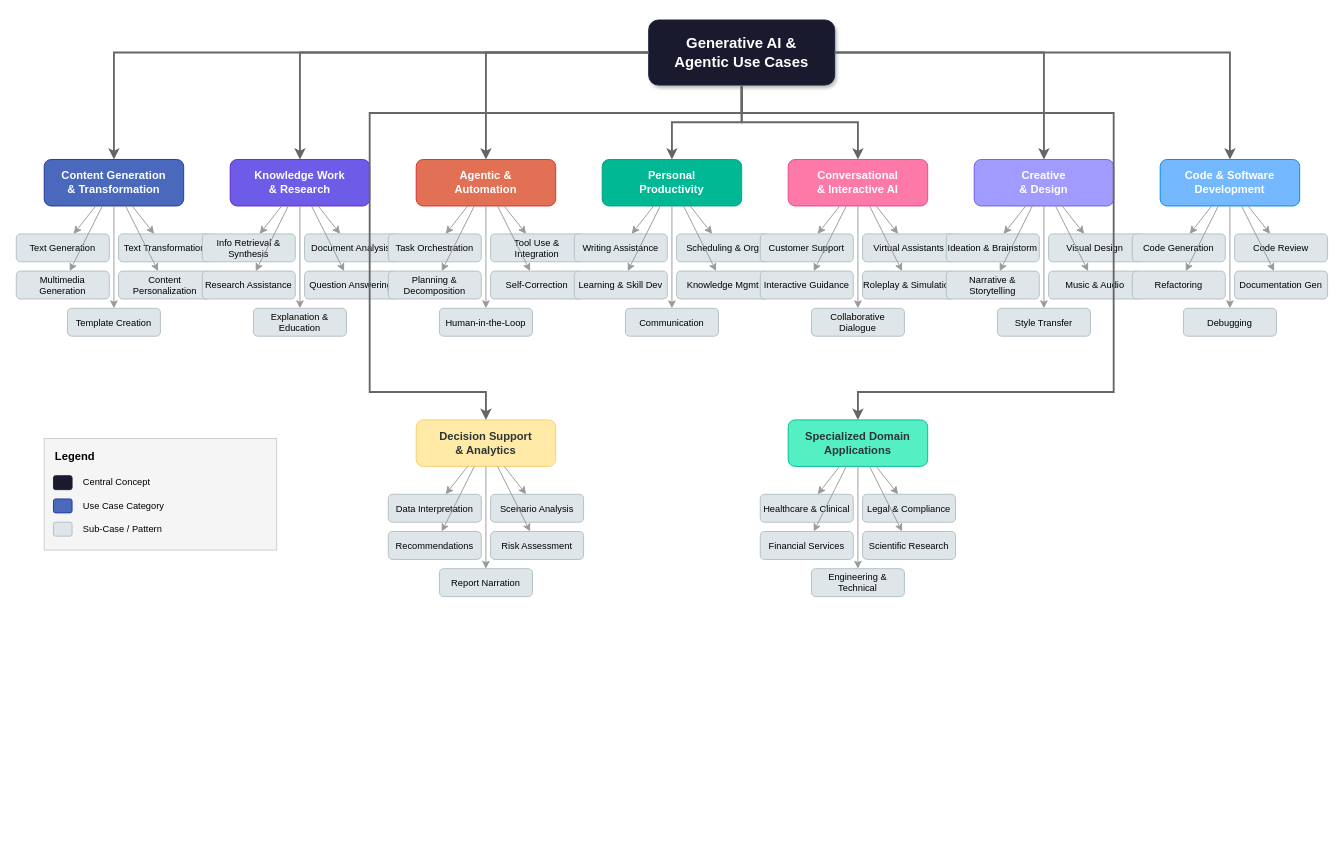
This is genai-use-case-archetypes.drawio from rennochj/agentic-architecture, a draw.io file, before an edit. Source tidied: cells renumbered, new cells numbered last; positions are measured from the earlier drawing's top-left corner, leaving out a move shared by most shapes. Both pictures are drawn from the tidied source at 93%, with x=0, y=0 at pixel (16, 20).
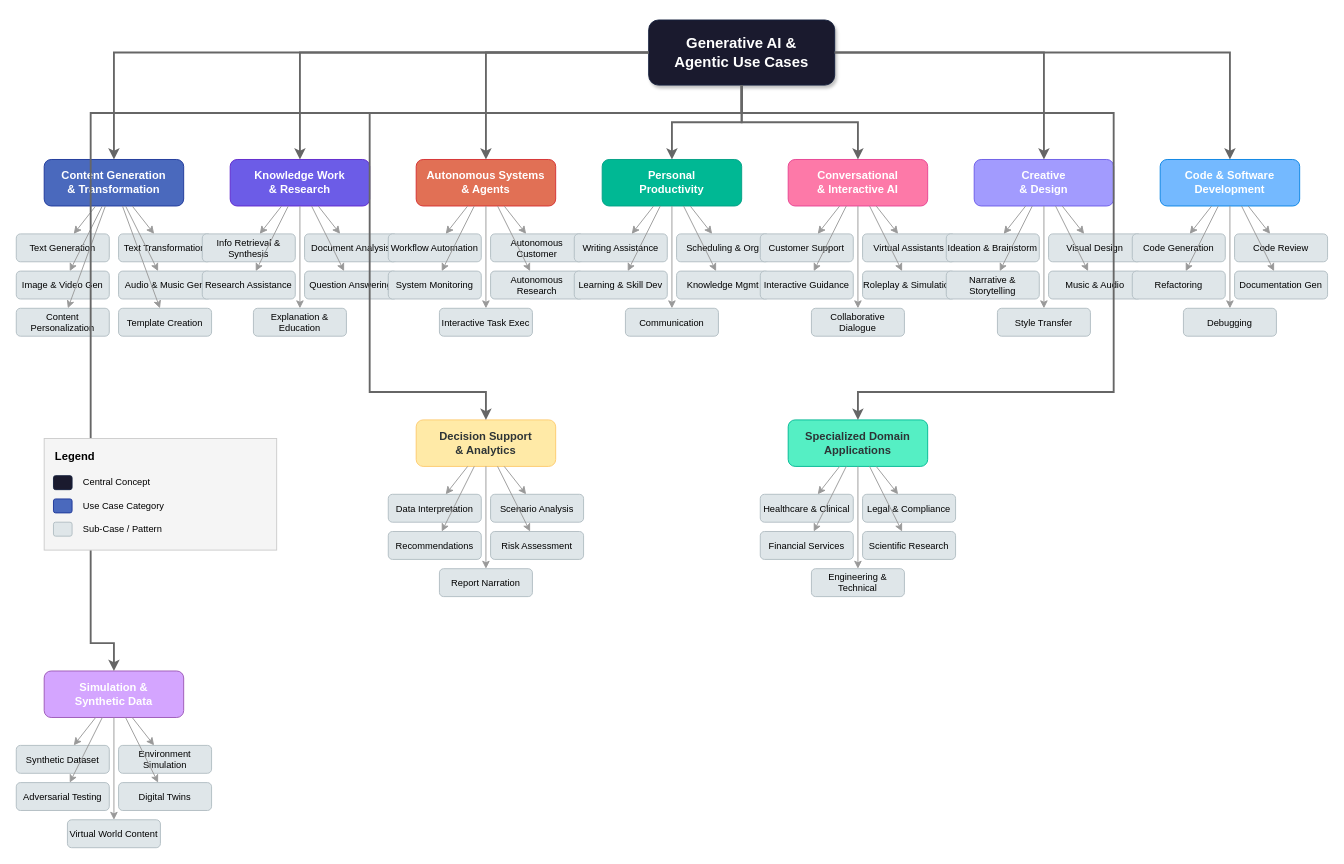
The same page after the edit.

Commit message:
Update use case archetype diagram to align with v1.1 markdown

- Split Category 1 multimedia into Image & Video Gen and Audio & Music Gen (now 6 sub-cases)
- Updated Category 3 to 'Autonomous Systems & Agents' with new sub-cases aligned to markdown
- Added Category 10 'Simulation & Synthetic Data Generation' with 5 sub-cases
- Used purple color scheme (#d4a5ff) for new Simulation category

Diagram now fully consistent with genai-use-case-archetypes.md v1.1

Unchanged cells that the change refers to:
```xml
<mxCell id="2" value="Generative AI &amp;&#10;Agentic Use Cases" style="rounded=1;whiteSpace=wrap;html=1;fillColor=#1a1a2e;strokeColor=#16213e;fontColor=#ffffff;fontSize=16;fontStyle=1;verticalAlign=middle;spacingTop=0;spacingBottom=0;shadow=1;" parent="1" vertex="1">
  <mxGeometry x="680" width="200" height="70" as="geometry" />
</mxCell>
<mxCell id="3" value="Content Generation&#10;&amp; Transformation" style="rounded=1;whiteSpace=wrap;html=1;fillColor=#4a69bd;strokeColor=#1e3799;fontColor=#ffffff;fontSize=12;fontStyle=1;" parent="1" vertex="1">
  <mxGeometry x="30" y="150" width="150" height="50" as="geometry" />
</mxCell>
```

What changed in the source:
```diff
@@
-    <mxCell id="7" value="Multimedia Generation" style="rounded=1;whiteSpace=wrap;html=1;fillColor=#dfe6e9;strokeColor=#b2bec3;fontSize=10;" parent="1" vertex="1">
+    <mxCell id="7" value="Image &amp; Video Gen" style="rounded=1;whiteSpace=wrap;html=1;fillColor=#dfe6e9;strokeColor=#b2bec3;fontSize=10;" parent="1" vertex="1">
       <mxGeometry y="270" width="100" height="30" as="geometry" />
     </mxCell>
-    <mxCell id="8" value="Content Personalization" style="rounded=1;whiteSpace=wrap;html=1;fillColor=#dfe6e9;strokeColor=#b2bec3;fontSize=10;" parent="1" vertex="1">
+    <mxCell id="8" value="Audio &amp; Music Gen" style="rounded=1;whiteSpace=wrap;html=1;fillColor=#dfe6e9;strokeColor=#b2bec3;fontSize=10;" parent="1" vertex="1">
       <mxGeometry x="110" y="270" width="100" height="30" as="geometry" />
     </mxCell>
-    <mxCell id="9" value="Template Creation" style="rounded=1;whiteSpace=wrap;html=1;fillColor=#dfe6e9;strokeColor=#b2bec3;fontSize=10;" parent="1" vertex="1">
-      <mxGeometry x="55" y="310" width="100" height="30" as="geometry" />
+    <mxCell id="9" value="Content Personalization" style="rounded=1;whiteSpace=wrap;html=1;fillColor=#dfe6e9;strokeColor=#b2bec3;fontSize=10;" parent="1" vertex="1">
+      <mxGeometry y="310" width="100" height="30" as="geometry" />
     </mxCell>
+    <mxCell id="119" value="Template Creation" style="rounded=1;whiteSpace=wrap;html=1;fillColor=#dfe6e9;strokeColor=#b2bec3;fontSize=10;" parent="1" vertex="1">
+      <mxGeometry x="110" y="310" width="100" height="30" as="geometry" />
+    </mxCell>
@@
+    <mxCell id="120" style="edgeStyle=none;rounded=0;html=1;strokeColor=#999999;strokeWidth=1;" parent="1" edge="1" source="3" target="119">
+      <mxGeometry relative="1" as="geometry" />
+    </mxCell>
@@
-    <mxCell id="27" value="Agentic &amp;&#10;Automation" style="rounded=1;whiteSpace=wrap;html=1;fillColor=#e17055;strokeColor=#d63031;fontColor=#ffffff;fontSize=12;fontStyle=1;" parent="1" vertex="1">
+    <mxCell id="27" value="Autonomous Systems&#10;&amp; Agents" style="rounded=1;whiteSpace=wrap;html=1;fillColor=#e17055;strokeColor=#d63031;fontColor=#ffffff;fontSize=12;fontStyle=1;" parent="1" vertex="1">
       <mxGeometry x="430" y="150" width="150" height="50" as="geometry" />
     </mxCell>
@@
-    <mxCell id="29" value="Task Orchestration" style="rounded=1;whiteSpace=wrap;html=1;fillColor=#dfe6e9;strokeColor=#b2bec3;fontSize=10;" parent="1" vertex="1">
+    <mxCell id="29" value="Workflow Automation" style="rounded=1;whiteSpace=wrap;html=1;fillColor=#dfe6e9;strokeColor=#b2bec3;fontSize=10;" parent="1" vertex="1">
       <mxGeometry x="400" y="230" width="100" height="30" as="geometry" />
     </mxCell>
-    <mxCell id="30" value="Tool Use &amp; Integration" style="rounded=1;whiteSpace=wrap;html=1;fillColor=#dfe6e9;strokeColor=#b2bec3;fontSize=10;" parent="1" vertex="1">
+    <mxCell id="30" value="Autonomous Customer" style="rounded=1;whiteSpace=wrap;html=1;fillColor=#dfe6e9;strokeColor=#b2bec3;fontSize=10;" parent="1" vertex="1">
       <mxGeometry x="510" y="230" width="100" height="30" as="geometry" />
     </mxCell>
-    <mxCell id="31" value="Planning &amp; Decomposition" style="rounded=1;whiteSpace=wrap;html=1;fillColor=#dfe6e9;strokeColor=#b2bec3;fontSize=10;" parent="1" vertex="1">
+    <mxCell id="31" value="System Monitoring" style="rounded=1;whiteSpace=wrap;html=1;fillColor=#dfe6e9;strokeColor=#b2bec3;fontSize=10;" parent="1" vertex="1">
       <mxGeometry x="400" y="270" width="100" height="30" as="geometry" />
     </mxCell>
-    <mxCell id="32" value="Self-Correction" style="rounded=1;whiteSpace=wrap;html=1;fillColor=#dfe6e9;strokeColor=#b2bec3;fontSize=10;" parent="1" vertex="1">
+    <mxCell id="32" value="Autonomous Research" style="rounded=1;whiteSpace=wrap;html=1;fillColor=#dfe6e9;strokeColor=#b2bec3;fontSize=10;" parent="1" vertex="1">
       <mxGeometry x="510" y="270" width="100" height="30" as="geometry" />
     </mxCell>
-    <mxCell id="33" value="Human-in-the-Loop" style="rounded=1;whiteSpace=wrap;html=1;fillColor=#dfe6e9;strokeColor=#b2bec3;fontSize=10;" parent="1" vertex="1">
+    <mxCell id="33" value="Interactive Task Exec" style="rounded=1;whiteSpace=wrap;html=1;fillColor=#dfe6e9;strokeColor=#b2bec3;fontSize=10;" parent="1" vertex="1">
       <mxGeometry x="455" y="310" width="100" height="30" as="geometry" />
     </mxCell>
@@
+    <mxCell id="121" value="Simulation &amp;&#10;Synthetic Data" style="rounded=1;whiteSpace=wrap;html=1;fillColor=#d4a5ff;strokeColor=#9b59b6;fontColor=#ffffff;fontSize=12;fontStyle=1;" parent="1" vertex="1">
+      <mxGeometry x="30" y="700" width="150" height="50" as="geometry" />
+    </mxCell>
+    <mxCell id="122" style="edgeStyle=orthogonalEdgeStyle;rounded=0;jettySize=auto;html=1;strokeColor=#666666;strokeWidth=2;exitX=0.5;exitY=1;exitDx=0;exitDy=0;" parent="1" edge="1" source="2" target="121">
+      <mxGeometry relative="1" as="geometry">
+        <Array as="points">
+          <mxPoint x="780" y="100" />
+          <mxPoint x="80" y="100" />
+          <mxPoint x="80" y="670" />
+          <mxPoint x="105" y="670" />
+        </Array>
+      </mxGeometry>
+    </mxCell>
+    <mxCell id="123" value="Synthetic Dataset" style="rounded=1;whiteSpace=wrap;html=1;fillColor=#dfe6e9;strokeColor=#b2bec3;fontSize=10;" parent="1" vertex="1">
+      <mxGeometry y="780" width="100" height="30" as="geometry" />
+    </mxCell>
+    <mxCell id="124" value="Environment Simulation" style="rounded=1;whiteSpace=wrap;html=1;fillColor=#dfe6e9;strokeColor=#b2bec3;fontSize=10;" parent="1" vertex="1">
+      <mxGeometry x="110" y="780" width="100" height="30" as="geometry" />
+    </mxCell>
+    <mxCell id="125" value="Adversarial Testing" style="rounded=1;whiteSpace=wrap;html=1;fillColor=#dfe6e9;strokeColor=#b2bec3;fontSize=10;" parent="1" vertex="1">
+      <mxGeometry y="820" width="100" height="30" as="geometry" />
+    </mxCell>
+    <mxCell id="126" value="Digital Twins" style="rounded=1;whiteSpace=wrap;html=1;fillColor=#dfe6e9;strokeColor=#b2bec3;fontSize=10;" parent="1" vertex="1">
+      <mxGeometry x="110" y="820" width="100" height="30" as="geometry" />
+    </mxCell>
+    <mxCell id="127" value="Virtual World Content" style="rounded=1;whiteSpace=wrap;html=1;fillColor=#dfe6e9;strokeColor=#b2bec3;fontSize=10;" parent="1" vertex="1">
+      <mxGeometry x="55" y="860" width="100" height="30" as="geometry" />
+    </mxCell>
+    <mxCell id="128" style="edgeStyle=none;rounded=0;html=1;strokeColor=#999999;strokeWidth=1;" parent="1" edge="1" source="121" target="123">
+      <mxGeometry relative="1" as="geometry" />
+    </mxCell>
+    <mxCell id="129" style="edgeStyle=none;rounded=0;html=1;strokeColor=#999999;strokeWidth=1;" parent="1" edge="1" source="121" target="124">
+      <mxGeometry relative="1" as="geometry" />
+    </mxCell>
+    <mxCell id="130" style="edgeStyle=none;rounded=0;html=1;strokeColor=#999999;strokeWidth=1;" parent="1" edge="1" source="121" target="125">
+      <mxGeometry relative="1" as="geometry" />
+    </mxCell>
+    <mxCell id="131" style="edgeStyle=none;rounded=0;html=1;strokeColor=#999999;strokeWidth=1;" parent="1" edge="1" source="121" target="126">
+      <mxGeometry relative="1" as="geometry" />
+    </mxCell>
+    <mxCell id="132" style="edgeStyle=none;rounded=0;html=1;strokeColor=#999999;strokeWidth=1;" parent="1" edge="1" source="121" target="127">
+      <mxGeometry relative="1" as="geometry" />
+    </mxCell>
```
